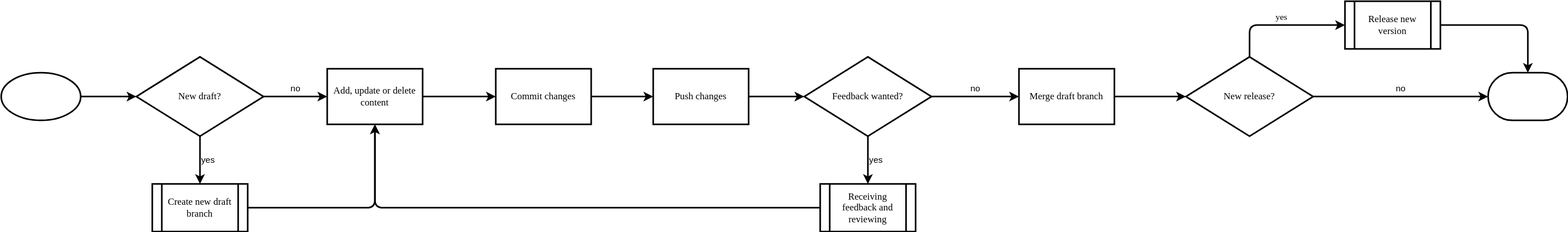
Netbeheer-Nederland/doc-documentation-manual keeps this draw.io diagram as modules/ROOT/images/proc_maintaining_doc_proj.drawio.svg. Above is the earlier version. Source tidied: cells renumbered, new cells last; positions are measured from the earlier drawing's top-left corner, leaving out a move shared by most shapes. The source it was exported from:
```xml
<mxGraphModel>
  <root>
    <mxCell id="0" />
    <mxCell id="1" parent="0" />
    <mxCell id="2" style="edgeStyle=orthogonalEdgeStyle;rounded=0;jettySize=auto;html=1;strokeWidth=2;labelBackgroundColor=none;" parent="1" edge="1" source="3" target="8">
      <mxGeometry relative="1" as="geometry" />
    </mxCell>
    <mxCell id="3" style="strokeWidth=2;html=1;shape=mxgraph.flowchart.start_1;whiteSpace=wrap;rounded=0;fontFamily=Verdana;" parent="1" vertex="1">
      <mxGeometry y="90" width="100" height="60" as="geometry" />
    </mxCell>
    <mxCell id="4" style="edgeStyle=orthogonalEdgeStyle;rounded=0;jettySize=auto;html=1;strokeWidth=2;labelBackgroundColor=none;" parent="1" edge="1" source="5" target="13">
      <mxGeometry relative="1" as="geometry" />
    </mxCell>
    <mxCell id="5" value="Add, update or delete content" style="rounded=0;whiteSpace=wrap;html=1;absoluteArcSize=1;arcSize=14;strokeWidth=2;fontFamily=Verdana;" parent="1" vertex="1">
      <mxGeometry x="410" y="85" width="120" height="70" as="geometry" />
    </mxCell>
    <mxCell id="6" value="no" style="edgeStyle=orthogonalEdgeStyle;rounded=0;jettySize=auto;html=1;strokeWidth=2;labelBackgroundColor=none;spacingBottom=20;" parent="1" edge="1" source="8" target="5">
      <mxGeometry relative="1" as="geometry" />
    </mxCell>
    <mxCell id="7" value="yes" style="edgeStyle=orthogonalEdgeStyle;rounded=0;jettySize=auto;html=1;strokeWidth=2;labelBackgroundColor=none;spacingLeft=20;" parent="1" edge="1" source="8" target="24">
      <mxGeometry relative="1" as="geometry" />
    </mxCell>
    <mxCell id="8" value="New draft?" style="rhombus;whiteSpace=wrap;html=1;rounded=0;fontFamily=Verdana;strokeWidth=2;" parent="1" vertex="1">
      <mxGeometry x="170" y="70" width="160" height="100" as="geometry" />
    </mxCell>
    <mxCell id="9" value="yes" style="edgeStyle=orthogonalEdgeStyle;rounded=1;jettySize=auto;html=1;fontFamily=Verdana;strokeWidth=2;exitX=0.5;exitY=0;exitDx=0;exitDy=0;entryX=0;entryY=0.5;entryDx=0;entryDy=0;labelBackgroundColor=none;spacingBottom=20;" parent="1" edge="1" source="10" target="20">
      <mxGeometry relative="1" as="geometry" />
    </mxCell>
    <mxCell id="10" value="New release?" style="rhombus;whiteSpace=wrap;html=1;rounded=0;fontFamily=Verdana;strokeWidth=2;" parent="1" vertex="1">
      <mxGeometry x="1490" y="70" width="160" height="100" as="geometry" />
    </mxCell>
    <mxCell id="11" style="strokeWidth=2;html=1;shape=mxgraph.flowchart.terminator;whiteSpace=wrap;hachureGap=4;fontFamily=Verdana;" parent="1" vertex="1">
      <mxGeometry x="1870" y="90" width="100" height="60" as="geometry" />
    </mxCell>
    <mxCell id="12" style="edgeStyle=orthogonalEdgeStyle;rounded=0;jettySize=auto;html=1;strokeWidth=2;labelBackgroundColor=none;" parent="1" edge="1" source="13" target="15">
      <mxGeometry relative="1" as="geometry" />
    </mxCell>
    <mxCell id="13" value="Commit changes" style="rounded=0;whiteSpace=wrap;html=1;absoluteArcSize=1;arcSize=14;strokeWidth=2;fontFamily=Verdana;" parent="1" vertex="1">
      <mxGeometry x="622" y="85" width="120" height="70" as="geometry" />
    </mxCell>
    <mxCell id="14" style="edgeStyle=orthogonalEdgeStyle;rounded=0;jettySize=auto;html=1;strokeWidth=2;labelBackgroundColor=none;" parent="1" edge="1" source="15" target="18">
      <mxGeometry relative="1" as="geometry" />
    </mxCell>
    <mxCell id="15" value="Push changes" style="rounded=0;whiteSpace=wrap;html=1;absoluteArcSize=1;arcSize=14;strokeWidth=2;fontFamily=Verdana;" parent="1" vertex="1">
      <mxGeometry x="820" y="85" width="120" height="70" as="geometry" />
    </mxCell>
    <mxCell id="16" value="yes" style="edgeStyle=orthogonalEdgeStyle;rounded=0;jettySize=auto;html=1;strokeWidth=2;labelBackgroundColor=none;spacingLeft=20;" parent="1" edge="1" source="18" target="22">
      <mxGeometry relative="1" as="geometry" />
    </mxCell>
    <mxCell id="17" value="no" style="edgeStyle=orthogonalEdgeStyle;rounded=0;jettySize=auto;html=1;strokeWidth=2;entryX=0;entryY=0.5;entryDx=0;entryDy=0;labelBackgroundColor=none;spacingBottom=20;" parent="1" edge="1" source="18" target="27">
      <mxGeometry relative="1" as="geometry" />
    </mxCell>
    <mxCell id="18" value="Feedback wanted?" style="rhombus;whiteSpace=wrap;html=1;rounded=0;fontFamily=Verdana;strokeWidth=2;" parent="1" vertex="1">
      <mxGeometry x="1010" y="70" width="160" height="100" as="geometry" />
    </mxCell>
    <mxCell id="19" style="edgeStyle=orthogonalEdgeStyle;rounded=1;jettySize=auto;html=1;strokeWidth=2;labelBackgroundColor=none;" parent="1" edge="1" source="20" target="11">
      <mxGeometry relative="1" as="geometry" />
    </mxCell>
    <mxCell id="20" value="Release new version" style="shape=process;whiteSpace=wrap;html=1;backgroundOutline=1;strokeWidth=2;fontFamily=Verdana;" parent="1" vertex="1">
      <mxGeometry x="1690" width="120" height="60" as="geometry" />
    </mxCell>
    <mxCell id="21" style="edgeStyle=orthogonalEdgeStyle;rounded=1;jettySize=auto;html=1;strokeWidth=2;entryX=0.5;entryY=1;entryDx=0;entryDy=0;labelBackgroundColor=none;spacingBottom=20;" parent="1" edge="1" source="22" target="5">
      <mxGeometry relative="1" as="geometry">
        <Array as="points">
          <mxPoint x="470" y="260" />
        </Array>
      </mxGeometry>
    </mxCell>
    <mxCell id="22" value="Receiving feedback and reviewing" style="shape=process;whiteSpace=wrap;html=1;backgroundOutline=1;strokeWidth=2;fontFamily=Verdana;" parent="1" vertex="1">
      <mxGeometry x="1030" y="230" width="120" height="60" as="geometry" />
    </mxCell>
    <mxCell id="23" style="edgeStyle=orthogonalEdgeStyle;rounded=1;jettySize=auto;html=1;entryX=0.5;entryY=1;entryDx=0;entryDy=0;strokeWidth=2;labelBackgroundColor=none;" parent="1" edge="1" source="24" target="5">
      <mxGeometry relative="1" as="geometry" />
    </mxCell>
    <mxCell id="24" value="Create new draft branch" style="shape=process;whiteSpace=wrap;html=1;backgroundOutline=1;strokeWidth=2;fontFamily=Verdana;" parent="1" vertex="1">
      <mxGeometry x="190" y="230" width="120" height="60" as="geometry" />
    </mxCell>
    <mxCell id="25" value="no" style="edgeStyle=orthogonalEdgeStyle;rounded=0;jettySize=auto;html=1;exitX=1;exitY=0.5;exitDx=0;exitDy=0;entryX=0;entryY=0.5;entryDx=0;entryDy=0;strokeWidth=2;entryPerimeter=0;labelBackgroundColor=none;spacingBottom=20;" parent="1" edge="1" source="10" target="11">
      <mxGeometry relative="1" as="geometry" />
    </mxCell>
    <mxCell id="26" style="edgeStyle=orthogonalEdgeStyle;rounded=0;jettySize=auto;html=1;entryX=0;entryY=0.5;entryDx=0;entryDy=0;labelBackgroundColor=none;strokeWidth=2;" parent="1" edge="1" source="27" target="10">
      <mxGeometry relative="1" as="geometry" />
    </mxCell>
    <mxCell id="27" value="Merge draft branch" style="rounded=0;whiteSpace=wrap;html=1;absoluteArcSize=1;arcSize=14;strokeWidth=2;fontFamily=Verdana;" parent="1" vertex="1">
      <mxGeometry x="1280" y="85" width="120" height="70" as="geometry" />
    </mxCell>
  </root>
</mxGraphModel>
```
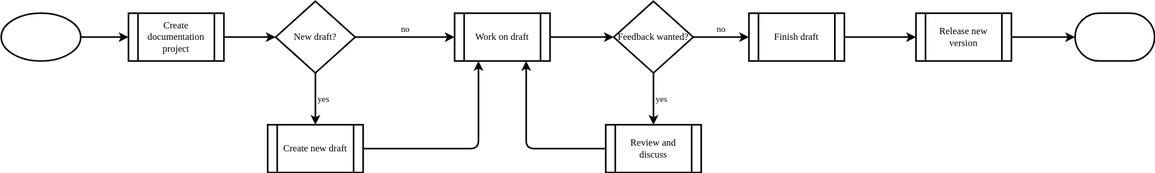
After the change.

The edit, as a diff of the source:
```diff
@@ -2,87 +2,68 @@
   <root>
     <mxCell id="0" />
     <mxCell id="1" parent="0" />
-    <mxCell id="2" style="edgeStyle=orthogonalEdgeStyle;rounded=0;jettySize=auto;html=1;strokeWidth=2;labelBackgroundColor=none;" parent="1" edge="1" source="3" target="8">
-      <mxGeometry relative="1" as="geometry" />
-    </mxCell>
-    <mxCell id="3" style="strokeWidth=2;html=1;shape=mxgraph.flowchart.start_1;whiteSpace=wrap;rounded=0;fontFamily=Verdana;" parent="1" vertex="1">
-      <mxGeometry y="90" width="100" height="60" as="geometry" />
-    </mxCell>
-    <mxCell id="4" style="edgeStyle=orthogonalEdgeStyle;rounded=0;jettySize=auto;html=1;strokeWidth=2;labelBackgroundColor=none;" parent="1" edge="1" source="5" target="13">
-      <mxGeometry relative="1" as="geometry" />
-    </mxCell>
-    <mxCell id="5" value="Add, update or delete content" style="rounded=0;whiteSpace=wrap;html=1;absoluteArcSize=1;arcSize=14;strokeWidth=2;fontFamily=Verdana;" parent="1" vertex="1">
-      <mxGeometry x="410" y="85" width="120" height="70" as="geometry" />
-    </mxCell>
-    <mxCell id="6" value="no" style="edgeStyle=orthogonalEdgeStyle;rounded=0;jettySize=auto;html=1;strokeWidth=2;labelBackgroundColor=none;spacingBottom=20;" parent="1" edge="1" source="8" target="5">
-      <mxGeometry relative="1" as="geometry" />
-    </mxCell>
-    <mxCell id="7" value="yes" style="edgeStyle=orthogonalEdgeStyle;rounded=0;jettySize=auto;html=1;strokeWidth=2;labelBackgroundColor=none;spacingLeft=20;" parent="1" edge="1" source="8" target="24">
-      <mxGeometry relative="1" as="geometry" />
-    </mxCell>
+    <mxCell id="28" style="edgeStyle=orthogonalEdgeStyle;rounded=0;jettySize=auto;html=1;entryX=0;entryY=0.5;entryDx=0;entryDy=0;entryPerimeter=0;strokeWidth=2;fontFamily=Verdana;" parent="1" edge="1" source="29" target="8">
+      <mxGeometry relative="1" as="geometry" />
+    </mxCell>
+    <mxCell id="29" value="Create documentation project" style="shape=process;whiteSpace=wrap;html=1;backgroundOutline=1;strokeWidth=2;fontFamily=Verdana;" parent="1" vertex="1">
+      <mxGeometry x="120" y="10" width="120" height="60" as="geometry" />
+    </mxCell>
+    <mxCell id="30" style="edgeStyle=orthogonalEdgeStyle;rounded=0;jettySize=auto;html=1;strokeWidth=2;fontFamily=Verdana;" parent="1" edge="1" source="31" target="29">
+      <mxGeometry relative="1" as="geometry" />
+    </mxCell>
+    <mxCell id="31" style="strokeWidth=2;html=1;shape=mxgraph.flowchart.start_1;whiteSpace=wrap;rounded=0;fontFamily=Verdana;" parent="1" vertex="1">
+      <mxGeometry x="-40" y="10" width="100" height="60" as="geometry" />
+    </mxCell>
+    <mxCell id="32" style="edgeStyle=orthogonalEdgeStyle;rounded=1;jettySize=auto;html=1;labelBackgroundColor=none;strokeWidth=2;fontFamily=Verdana;" parent="1" edge="1" source="33" target="18">
+      <mxGeometry relative="1" as="geometry" />
+    </mxCell>
+    <mxCell id="33" value="Work on draft" style="shape=process;whiteSpace=wrap;html=1;backgroundOutline=1;strokeWidth=2;fontFamily=Verdana;" parent="1" vertex="1">
+      <mxGeometry x="530" y="10" width="120" height="60" as="geometry" />
+    </mxCell>
+    <mxCell id="34" style="edgeStyle=orthogonalEdgeStyle;rounded=1;jettySize=auto;html=1;strokeWidth=2;entryX=0.25;entryY=1;entryDx=0;entryDy=0;" parent="1" edge="1" source="35" target="33">
+      <mxGeometry relative="1" as="geometry" />
+    </mxCell>
+    <mxCell id="35" value="Create new draft" style="shape=process;whiteSpace=wrap;html=1;backgroundOutline=1;strokeWidth=2;fontFamily=Verdana;" parent="1" vertex="1">
+      <mxGeometry x="295" y="150" width="120" height="60" as="geometry" />
+    </mxCell>
+    <mxCell id="36" style="edgeStyle=orthogonalEdgeStyle;rounded=1;jettySize=auto;html=1;entryX=0.75;entryY=1;entryDx=0;entryDy=0;labelBackgroundColor=none;strokeWidth=2;fontFamily=Verdana;" parent="1" edge="1" source="37" target="33">
+      <mxGeometry relative="1" as="geometry" />
+    </mxCell>
+    <mxCell id="37" value="Review and discuss" style="shape=process;whiteSpace=wrap;html=1;backgroundOutline=1;strokeWidth=2;fontFamily=Verdana;" parent="1" vertex="1">
+      <mxGeometry x="720" y="150" width="120" height="60" as="geometry" />
+    </mxCell>
+    <mxCell id="38" style="edgeStyle=orthogonalEdgeStyle;rounded=0;jettySize=auto;html=1;strokeWidth=2;" parent="1" edge="1" source="39" target="20">
+      <mxGeometry relative="1" as="geometry" />
+    </mxCell>
+    <mxCell id="39" value="Finish draft" style="shape=process;whiteSpace=wrap;html=1;backgroundOutline=1;strokeWidth=2;fontFamily=Verdana;" parent="1" vertex="1">
+      <mxGeometry x="900" y="10" width="120" height="60" as="geometry" />
+    </mxCell>
+    <mxCell id="40" style="edgeStyle=orthogonalEdgeStyle;rounded=0;jettySize=auto;html=1;strokeWidth=2;" parent="1" edge="1" source="20" target="41">
+      <mxGeometry relative="1" as="geometry" />
+    </mxCell>
+    <mxCell id="20" value="Release new version" style="shape=process;whiteSpace=wrap;html=1;backgroundOutline=1;strokeWidth=2;fontFamily=Verdana;" parent="1" vertex="1">
+      <mxGeometry x="1110" y="10" width="120" height="60" as="geometry" />
+    </mxCell>
+    <mxCell id="41" style="strokeWidth=2;html=1;shape=mxgraph.flowchart.terminator;whiteSpace=wrap;hachureGap=4;fontFamily=Verdana;" parent="1" vertex="1">
+      <mxGeometry x="1310" y="10" width="100" height="60" as="geometry" />
+    </mxCell>
+    <mxCell id="42" value="yes" style="edgeStyle=orthogonalEdgeStyle;rounded=1;jettySize=auto;html=1;labelBackgroundColor=none;strokeWidth=2;fontFamily=Verdana;spacingRight=0;spacingLeft=20;" parent="1" edge="1" source="18" target="37">
+      <mxGeometry relative="1" as="geometry" />
+    </mxCell>
+    <mxCell id="43" value="no" style="edgeStyle=orthogonalEdgeStyle;rounded=1;jettySize=auto;html=1;labelBackgroundColor=none;strokeWidth=2;fontFamily=Verdana;spacingBottom=20;" parent="1" edge="1" source="18" target="39">
+      <mxGeometry relative="1" as="geometry" />
+    </mxCell>
+    <mxCell id="18" value="Feedback wanted?" style="strokeWidth=2;html=1;shape=mxgraph.flowchart.decision;whiteSpace=wrap;strokeColor=#000000;fontFamily=Verdana;" parent="1" vertex="1">
+      <mxGeometry x="730" y="-5" width="100" height="90" as="geometry" />
+    </mxCell>
+    <mxCell id="44" value="yes" style="edgeStyle=orthogonalEdgeStyle;rounded=0;jettySize=auto;html=1;strokeWidth=2;fontFamily=Verdana;spacingRight=0;spacingLeft=20;labelBackgroundColor=none;" parent="1" edge="1" source="8" target="35">
+      <mxGeometry relative="1" as="geometry" />
+    </mxCell>
+    <mxCell id="45" value="no" style="edgeStyle=orthogonalEdgeStyle;rounded=1;jettySize=auto;html=1;entryX=0;entryY=0.5;entryDx=0;entryDy=0;labelBackgroundColor=none;strokeWidth=2;fontFamily=Verdana;spacingBottom=20;" parent="1" edge="1" source="8" target="33">
+      <mxGeometry relative="1" as="geometry" />
+    </mxCell>
-    <mxCell id="8" value="New draft?" style="rhombus;whiteSpace=wrap;html=1;rounded=0;fontFamily=Verdana;strokeWidth=2;" parent="1" vertex="1">
-      <mxGeometry x="170" y="70" width="160" height="100" as="geometry" />
+    <mxCell id="8" value="New draft?" style="strokeWidth=2;html=1;shape=mxgraph.flowchart.decision;whiteSpace=wrap;strokeColor=#000000;fontFamily=Verdana;" parent="1" vertex="1">
+      <mxGeometry x="305" y="-5" width="100" height="90" as="geometry" />
     </mxCell>
-    <mxCell id="9" value="yes" style="edgeStyle=orthogonalEdgeStyle;rounded=1;jettySize=auto;html=1;fontFamily=Verdana;strokeWidth=2;exitX=0.5;exitY=0;exitDx=0;exitDy=0;entryX=0;entryY=0.5;entryDx=0;entryDy=0;labelBackgroundColor=none;spacingBottom=20;" parent="1" edge="1" source="10" target="20">
-      <mxGeometry relative="1" as="geometry" />
-    </mxCell>
-    <mxCell id="10" value="New release?" style="rhombus;whiteSpace=wrap;html=1;rounded=0;fontFamily=Verdana;strokeWidth=2;" parent="1" vertex="1">
-      <mxGeometry x="1490" y="70" width="160" height="100" as="geometry" />
-    </mxCell>
-    <mxCell id="11" style="strokeWidth=2;html=1;shape=mxgraph.flowchart.terminator;whiteSpace=wrap;hachureGap=4;fontFamily=Verdana;" parent="1" vertex="1">
-      <mxGeometry x="1870" y="90" width="100" height="60" as="geometry" />
-    </mxCell>
-    <mxCell id="12" style="edgeStyle=orthogonalEdgeStyle;rounded=0;jettySize=auto;html=1;strokeWidth=2;labelBackgroundColor=none;" parent="1" edge="1" source="13" target="15">
-      <mxGeometry relative="1" as="geometry" />
-    </mxCell>
-    <mxCell id="13" value="Commit changes" style="rounded=0;whiteSpace=wrap;html=1;absoluteArcSize=1;arcSize=14;strokeWidth=2;fontFamily=Verdana;" parent="1" vertex="1">
-      <mxGeometry x="622" y="85" width="120" height="70" as="geometry" />
-    </mxCell>
-    <mxCell id="14" style="edgeStyle=orthogonalEdgeStyle;rounded=0;jettySize=auto;html=1;strokeWidth=2;labelBackgroundColor=none;" parent="1" edge="1" source="15" target="18">
-      <mxGeometry relative="1" as="geometry" />
-    </mxCell>
-    <mxCell id="15" value="Push changes" style="rounded=0;whiteSpace=wrap;html=1;absoluteArcSize=1;arcSize=14;strokeWidth=2;fontFamily=Verdana;" parent="1" vertex="1">
-      <mxGeometry x="820" y="85" width="120" height="70" as="geometry" />
-    </mxCell>
-    <mxCell id="16" value="yes" style="edgeStyle=orthogonalEdgeStyle;rounded=0;jettySize=auto;html=1;strokeWidth=2;labelBackgroundColor=none;spacingLeft=20;" parent="1" edge="1" source="18" target="22">
-      <mxGeometry relative="1" as="geometry" />
-    </mxCell>
-    <mxCell id="17" value="no" style="edgeStyle=orthogonalEdgeStyle;rounded=0;jettySize=auto;html=1;strokeWidth=2;entryX=0;entryY=0.5;entryDx=0;entryDy=0;labelBackgroundColor=none;spacingBottom=20;" parent="1" edge="1" source="18" target="27">
-      <mxGeometry relative="1" as="geometry" />
-    </mxCell>
-    <mxCell id="18" value="Feedback wanted?" style="rhombus;whiteSpace=wrap;html=1;rounded=0;fontFamily=Verdana;strokeWidth=2;" parent="1" vertex="1">
-      <mxGeometry x="1010" y="70" width="160" height="100" as="geometry" />
-    </mxCell>
-    <mxCell id="19" style="edgeStyle=orthogonalEdgeStyle;rounded=1;jettySize=auto;html=1;strokeWidth=2;labelBackgroundColor=none;" parent="1" edge="1" source="20" target="11">
-      <mxGeometry relative="1" as="geometry" />
-    </mxCell>
-    <mxCell id="20" value="Release new version" style="shape=process;whiteSpace=wrap;html=1;backgroundOutline=1;strokeWidth=2;fontFamily=Verdana;" parent="1" vertex="1">
-      <mxGeometry x="1690" width="120" height="60" as="geometry" />
-    </mxCell>
-    <mxCell id="21" style="edgeStyle=orthogonalEdgeStyle;rounded=1;jettySize=auto;html=1;strokeWidth=2;entryX=0.5;entryY=1;entryDx=0;entryDy=0;labelBackgroundColor=none;spacingBottom=20;" parent="1" edge="1" source="22" target="5">
-      <mxGeometry relative="1" as="geometry">
-        <Array as="points">
-          <mxPoint x="470" y="260" />
-        </Array>
-      </mxGeometry>
-    </mxCell>
-    <mxCell id="22" value="Receiving feedback and reviewing" style="shape=process;whiteSpace=wrap;html=1;backgroundOutline=1;strokeWidth=2;fontFamily=Verdana;" parent="1" vertex="1">
-      <mxGeometry x="1030" y="230" width="120" height="60" as="geometry" />
-    </mxCell>
-    <mxCell id="23" style="edgeStyle=orthogonalEdgeStyle;rounded=1;jettySize=auto;html=1;entryX=0.5;entryY=1;entryDx=0;entryDy=0;strokeWidth=2;labelBackgroundColor=none;" parent="1" edge="1" source="24" target="5">
-      <mxGeometry relative="1" as="geometry" />
-    </mxCell>
-    <mxCell id="24" value="Create new draft branch" style="shape=process;whiteSpace=wrap;html=1;backgroundOutline=1;strokeWidth=2;fontFamily=Verdana;" parent="1" vertex="1">
-      <mxGeometry x="190" y="230" width="120" height="60" as="geometry" />
-    </mxCell>
-    <mxCell id="25" value="no" style="edgeStyle=orthogonalEdgeStyle;rounded=0;jettySize=auto;html=1;exitX=1;exitY=0.5;exitDx=0;exitDy=0;entryX=0;entryY=0.5;entryDx=0;entryDy=0;strokeWidth=2;entryPerimeter=0;labelBackgroundColor=none;spacingBottom=20;" parent="1" edge="1" source="10" target="11">
-      <mxGeometry relative="1" as="geometry" />
-    </mxCell>
-    <mxCell id="26" style="edgeStyle=orthogonalEdgeStyle;rounded=0;jettySize=auto;html=1;entryX=0;entryY=0.5;entryDx=0;entryDy=0;labelBackgroundColor=none;strokeWidth=2;" parent="1" edge="1" source="27" target="10">
-      <mxGeometry relative="1" as="geometry" />
-    </mxCell>
-    <mxCell id="27" value="Merge draft branch" style="rounded=0;whiteSpace=wrap;html=1;absoluteArcSize=1;arcSize=14;strokeWidth=2;fontFamily=Verdana;" parent="1" vertex="1">
-      <mxGeometry x="1280" y="85" width="120" height="70" as="geometry" />
-    </mxCell>
   </root>
 </mxGraphModel>
```
